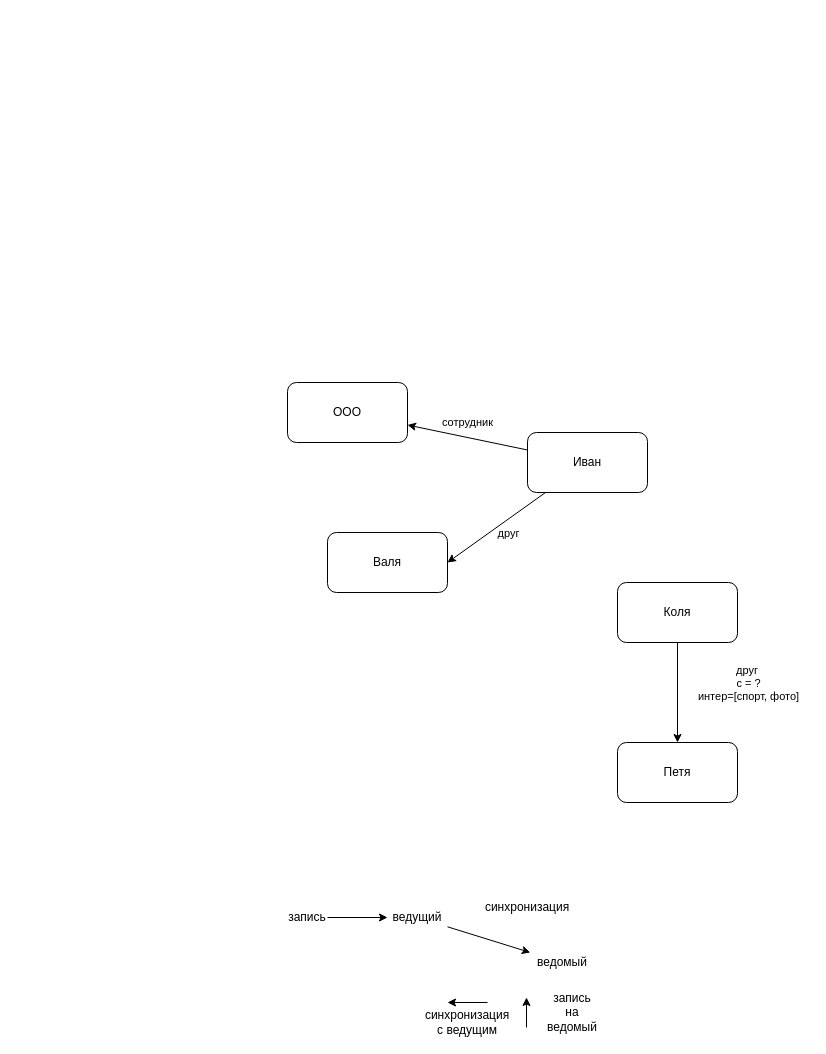
Above: GraphDB/images.drawio in Smet1/lectures (draw.io), before the change. Source tidied: cells renumbered, new cells numbered last; positions are measured from the earlier drawing's top-left corner, leaving out a move shared by most shapes. Both pictures are drawn from the tidied source at 100%, with x=0, y=0 at pixel (287, 382).
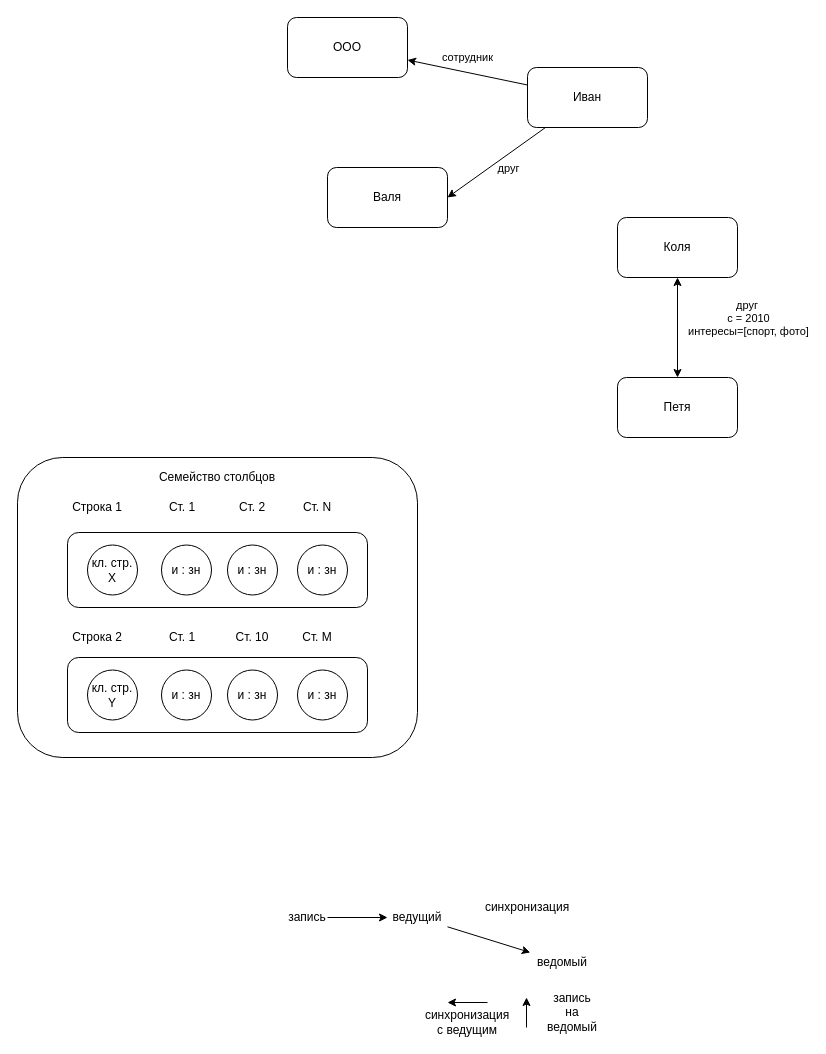
Above is the later version.

What changed in the source:
```diff
@@
     <mxCell id="2" value="ООО" style="rounded=1;whiteSpace=wrap;html=1;" parent="1" vertex="1">
-      <mxGeometry width="120" height="60" as="geometry" />
+      <mxGeometry y="-365" width="120" height="60" as="geometry" />
     </mxCell>
     <mxCell id="3" value="Валя" style="rounded=1;whiteSpace=wrap;html=1;" parent="1" vertex="1">
-      <mxGeometry x="40" y="150" width="120" height="60" as="geometry" />
+      <mxGeometry x="40" y="-215" width="120" height="60" as="geometry" />
     </mxCell>
@@
     <mxCell id="8" value="Иван" style="rounded=1;whiteSpace=wrap;html=1;" parent="1" vertex="1">
-      <mxGeometry x="240" y="50" width="120" height="60" as="geometry" />
+      <mxGeometry x="240" y="-315" width="120" height="60" as="geometry" />
     </mxCell>
-    <mxCell id="9" style="edgeStyle=none;rounded=0;jettySize=auto;html=1;entryX=0.5;entryY=0;entryDx=0;entryDy=0;" parent="1" edge="1" source="11" target="12">
+    <mxCell id="9" style="edgeStyle=none;rounded=0;jettySize=auto;html=1;entryX=0.5;entryY=0;entryDx=0;entryDy=0;startArrow=classic;startFill=1;" parent="1" edge="1" source="11" target="12">
       <mxGeometry relative="1" as="geometry" />
     </mxCell>
-    <mxCell id="10" value="друг&amp;nbsp;&lt;br&gt;с = ?&lt;br&gt;интер=[спорт, фото]" style="edgeLabel;html=1;align=center;verticalAlign=middle;" parent="9" vertex="1">
+    <mxCell id="10" value="друг&amp;nbsp;&lt;br&gt;с = 2010&lt;br&gt;интересы=[спорт, фото]" style="edgeLabel;html=1;align=center;verticalAlign=middle;" parent="9" vertex="1">
       <mxGeometry x="-0.02" y="1" relative="1" as="geometry">
         <mxPoint x="69" y="-9" as="offset" />
       </mxGeometry>
     </mxCell>
     <mxCell id="11" value="Коля" style="rounded=1;whiteSpace=wrap;html=1;" parent="1" vertex="1">
-      <mxGeometry x="330" y="200" width="120" height="60" as="geometry" />
+      <mxGeometry x="330" y="-165" width="120" height="60" as="geometry" />
     </mxCell>
     <mxCell id="12" value="Петя" style="rounded=1;whiteSpace=wrap;html=1;" parent="1" vertex="1">
-      <mxGeometry x="330" y="360" width="120" height="60" as="geometry" />
+      <mxGeometry x="330" y="-5" width="120" height="60" as="geometry" />
     </mxCell>
@@
+    <mxCell id="23" style="group;" parent="1" vertex="1">
+      <mxGeometry x="-270" y="75" width="400" height="300" as="geometry" />
+    </mxCell>
+    <mxCell id="24" style="rounded=1;whiteSpace=wrap;html=1;align=center;" parent="23" vertex="1">
+      <mxGeometry width="400" height="300" as="geometry" />
+    </mxCell>
+    <mxCell id="25" style="rounded=1;whiteSpace=wrap;html=1;" parent="23" vertex="1">
+      <mxGeometry x="50" y="75" width="300" height="75" as="geometry" />
+    </mxCell>
+    <mxCell id="26" value="кл. стр. Х" style="ellipse;whiteSpace=wrap;html=1;align=center;" parent="23" vertex="1">
+      <mxGeometry x="70" y="87.5" width="50" height="50" as="geometry" />
+    </mxCell>
+    <mxCell id="27" value="и : зн" style="ellipse;whiteSpace=wrap;html=1;align=center;" parent="23" vertex="1">
+      <mxGeometry x="144" y="87.5" width="50" height="50" as="geometry" />
+    </mxCell>
+    <mxCell id="28" value="и : зн" style="ellipse;whiteSpace=wrap;html=1;align=center;" parent="23" vertex="1">
+      <mxGeometry x="210" y="87.5" width="50" height="50" as="geometry" />
+    </mxCell>
+    <mxCell id="29" value="и : зн" style="ellipse;whiteSpace=wrap;html=1;align=center;" parent="23" vertex="1">
+      <mxGeometry x="280" y="87.5" width="50" height="50" as="geometry" />
+    </mxCell>
+    <mxCell id="30" style="rounded=1;whiteSpace=wrap;html=1;" parent="23" vertex="1">
+      <mxGeometry x="50" y="200" width="300" height="75" as="geometry" />
+    </mxCell>
+    <mxCell id="31" value="кл. стр. Y" style="ellipse;whiteSpace=wrap;html=1;align=center;" parent="23" vertex="1">
+      <mxGeometry x="70" y="212.5" width="50" height="50" as="geometry" />
+    </mxCell>
+    <mxCell id="32" value="и : зн" style="ellipse;whiteSpace=wrap;html=1;align=center;" parent="23" vertex="1">
+      <mxGeometry x="144" y="212.5" width="50" height="50" as="geometry" />
+    </mxCell>
+    <mxCell id="33" value="и : зн" style="ellipse;whiteSpace=wrap;html=1;align=center;" parent="23" vertex="1">
+      <mxGeometry x="210" y="212.5" width="50" height="50" as="geometry" />
+    </mxCell>
+    <mxCell id="34" value="и : зн" style="ellipse;whiteSpace=wrap;html=1;align=center;" parent="23" vertex="1">
+      <mxGeometry x="280" y="212.5" width="50" height="50" as="geometry" />
+    </mxCell>
+    <mxCell id="35" value="Строка 1" style="text;html=1;strokeColor=none;fillColor=none;align=center;verticalAlign=middle;whiteSpace=wrap;rounded=0;" parent="23" vertex="1">
+      <mxGeometry x="50" y="40" width="60" height="20" as="geometry" />
+    </mxCell>
+    <mxCell id="36" value="Строка 2" style="text;html=1;strokeColor=none;fillColor=none;align=center;verticalAlign=middle;whiteSpace=wrap;rounded=0;" parent="23" vertex="1">
+      <mxGeometry x="50" y="170" width="60" height="20" as="geometry" />
+    </mxCell>
+    <mxCell id="37" value="Ст. 1" style="text;html=1;strokeColor=none;fillColor=none;align=center;verticalAlign=middle;whiteSpace=wrap;rounded=0;" parent="23" vertex="1">
+      <mxGeometry x="145" y="170" width="40" height="20" as="geometry" />
+    </mxCell>
+    <mxCell id="38" value="Ст. 10" style="text;html=1;strokeColor=none;fillColor=none;align=center;verticalAlign=middle;whiteSpace=wrap;rounded=0;" parent="23" vertex="1">
+      <mxGeometry x="215" y="170" width="40" height="20" as="geometry" />
+    </mxCell>
+    <mxCell id="39" value="Ст. M" style="text;html=1;strokeColor=none;fillColor=none;align=center;verticalAlign=middle;whiteSpace=wrap;rounded=0;" parent="23" vertex="1">
+      <mxGeometry x="280" y="170" width="40" height="20" as="geometry" />
+    </mxCell>
+    <mxCell id="40" value="Ст. 1" style="text;html=1;strokeColor=none;fillColor=none;align=center;verticalAlign=middle;whiteSpace=wrap;rounded=0;" parent="23" vertex="1">
+      <mxGeometry x="145" y="40" width="40" height="20" as="geometry" />
+    </mxCell>
+    <mxCell id="41" value="Ст. 2" style="text;html=1;strokeColor=none;fillColor=none;align=center;verticalAlign=middle;whiteSpace=wrap;rounded=0;" parent="23" vertex="1">
+      <mxGeometry x="215" y="40" width="40" height="20" as="geometry" />
+    </mxCell>
+    <mxCell id="42" value="Ст. N" style="text;html=1;strokeColor=none;fillColor=none;align=center;verticalAlign=middle;whiteSpace=wrap;rounded=0;" parent="23" vertex="1">
+      <mxGeometry x="280" y="40" width="40" height="20" as="geometry" />
+    </mxCell>
+    <mxCell id="43" value="Семейство столбцов" style="text;html=1;strokeColor=none;fillColor=none;align=center;verticalAlign=middle;whiteSpace=wrap;rounded=0;" parent="23" vertex="1">
+      <mxGeometry x="135" y="10" width="130" height="20" as="geometry" />
+    </mxCell>
```
